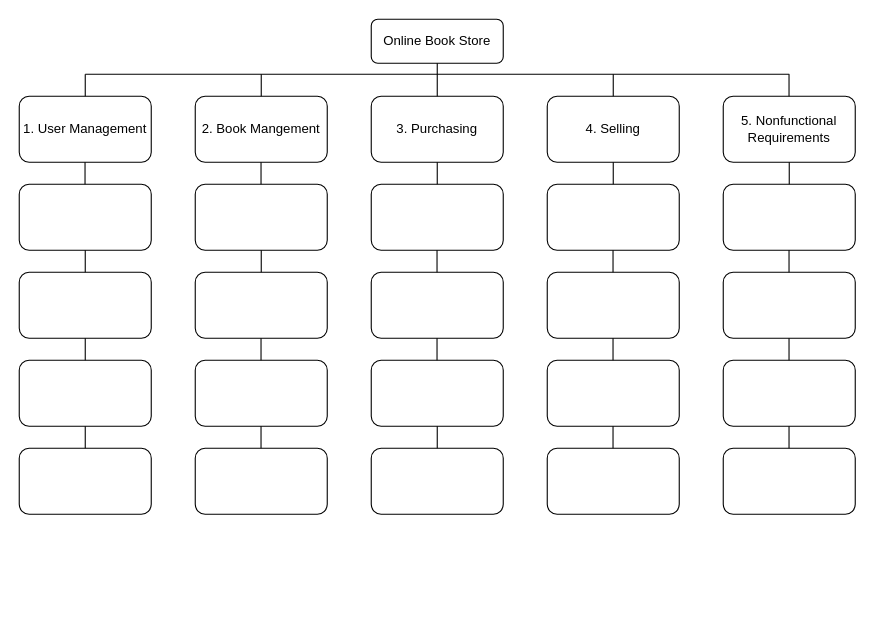
Before: Untitled Diagram.drawio in NicholasMickovski/Python-Interview-Practice, a draw.io diagram. Source tidied: cells renumbered, new cells numbered last; positions are measured from the earlier drawing's top-left corner, leaving out a move shared by most shapes. Both pictures are drawn from the tidied source at 110%, with x=0, y=0 at pixel (19, 19).
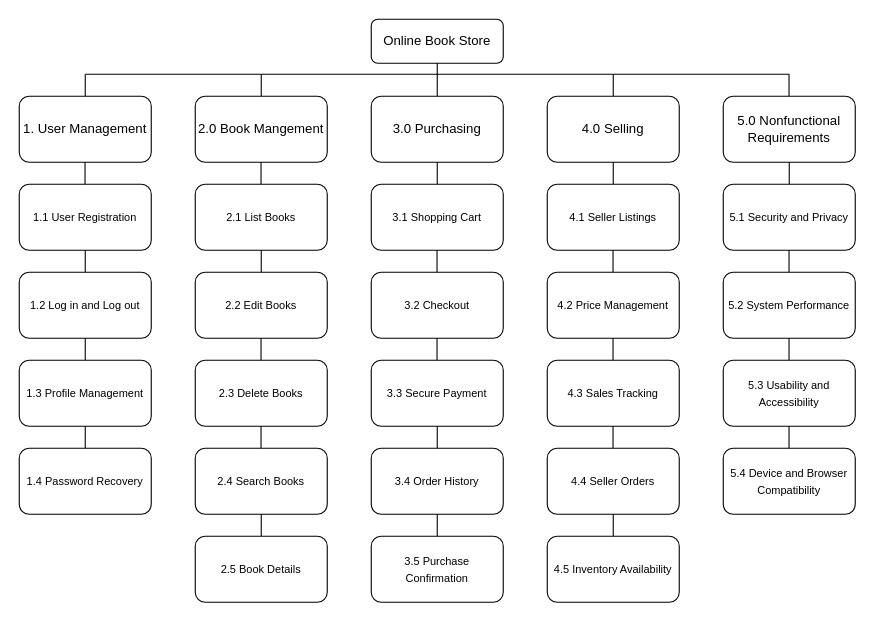
The same diagram, later.

The edit, as a diff of the source:
```diff
@@
-    <mxCell id="3" value="3. Purchasing" style="rounded=1;whiteSpace=wrap;html=1;" parent="1" vertex="1">
+    <mxCell id="3" value="3.0 Purchasing" style="rounded=1;whiteSpace=wrap;html=1;" parent="1" vertex="1">
       <mxGeometry x="320" y="70" width="120" height="60" as="geometry" />
     </mxCell>
-    <mxCell id="4" value="4. Selling" style="rounded=1;whiteSpace=wrap;html=1;" parent="1" vertex="1">
+    <mxCell id="4" value="4.0 Selling" style="rounded=1;whiteSpace=wrap;html=1;" parent="1" vertex="1">
       <mxGeometry x="480" y="70" width="120" height="60" as="geometry" />
     </mxCell>
-    <mxCell id="5" value="2. Book Mangement" style="rounded=1;whiteSpace=wrap;html=1;" parent="1" vertex="1">
+    <mxCell id="5" value="2.0 Book Mangement" style="rounded=1;whiteSpace=wrap;html=1;" parent="1" vertex="1">
       <mxGeometry x="160" y="70" width="120" height="60" as="geometry" />
     </mxCell>
@@
-    <mxCell id="7" value="5. Nonfunctional Requirements" style="rounded=1;whiteSpace=wrap;html=1;" parent="1" vertex="1">
+    <mxCell id="7" value="5.0 Nonfunctional Requirements" style="rounded=1;whiteSpace=wrap;html=1;" parent="1" vertex="1">
       <mxGeometry x="640" y="70" width="120" height="60" as="geometry" />
     </mxCell>
-    <mxCell id="8" style="rounded=1;whiteSpace=wrap;html=1;" parent="1" vertex="1">
+    <mxCell id="8" value="&lt;span style=&quot;font-size: 10px;&quot;&gt;5.1 Security and Privacy&lt;/span&gt;" style="rounded=1;whiteSpace=wrap;html=1;" parent="1" vertex="1">
       <mxGeometry x="640" y="150" width="120" height="60" as="geometry" />
     </mxCell>
-    <mxCell id="9" style="rounded=1;whiteSpace=wrap;html=1;" parent="1" vertex="1">
+    <mxCell id="9" value="&lt;span style=&quot;font-size: 10px;&quot;&gt;5.2 System Performance&lt;/span&gt;" style="rounded=1;whiteSpace=wrap;html=1;" parent="1" vertex="1">
       <mxGeometry x="640" y="230" width="120" height="60" as="geometry" />
     </mxCell>
-    <mxCell id="10" style="rounded=1;whiteSpace=wrap;html=1;" parent="1" vertex="1">
+    <mxCell id="10" value="&lt;span style=&quot;font-size: 10px;&quot;&gt;5.3 Usability and Accessibility&lt;/span&gt;" style="rounded=1;whiteSpace=wrap;html=1;" parent="1" vertex="1">
       <mxGeometry x="640" y="310" width="120" height="60" as="geometry" />
     </mxCell>
-    <mxCell id="11" style="rounded=1;whiteSpace=wrap;html=1;" parent="1" vertex="1">
+    <mxCell id="11" value="&lt;span style=&quot;font-size: 10px;&quot;&gt;5.4 Device and Browser Compatibility&lt;/span&gt;" style="rounded=1;whiteSpace=wrap;html=1;" parent="1" vertex="1">
       <mxGeometry x="640" y="390" width="120" height="60" as="geometry" />
     </mxCell>
-    <mxCell id="12" style="rounded=1;whiteSpace=wrap;html=1;" parent="1" vertex="1">
+    <mxCell id="12" value="&lt;font style=&quot;font-size: 10px;&quot;&gt;4.1 Seller Listings&lt;/font&gt;" style="rounded=1;whiteSpace=wrap;html=1;" parent="1" vertex="1">
       <mxGeometry x="480" y="150" width="120" height="60" as="geometry" />
     </mxCell>
-    <mxCell id="13" style="rounded=1;whiteSpace=wrap;html=1;" parent="1" vertex="1">
+    <mxCell id="13" value="&lt;span style=&quot;font-size: 10px;&quot;&gt;4.2 Price Management&lt;/span&gt;" style="rounded=1;whiteSpace=wrap;html=1;" parent="1" vertex="1">
       <mxGeometry x="480" y="230" width="120" height="60" as="geometry" />
     </mxCell>
-    <mxCell id="14" style="rounded=1;whiteSpace=wrap;html=1;" parent="1" vertex="1">
+    <mxCell id="14" value="&lt;span style=&quot;font-size: 10px;&quot;&gt;4.3 Sales Tracking&lt;/span&gt;" style="rounded=1;whiteSpace=wrap;html=1;" parent="1" vertex="1">
       <mxGeometry x="480" y="310" width="120" height="60" as="geometry" />
     </mxCell>
-    <mxCell id="15" style="rounded=1;whiteSpace=wrap;html=1;" parent="1" vertex="1">
+    <mxCell id="15" value="&lt;span style=&quot;font-size: 10px;&quot;&gt;4.4 Seller Orders&lt;/span&gt;" style="rounded=1;whiteSpace=wrap;html=1;" parent="1" vertex="1">
       <mxGeometry x="480" y="390" width="120" height="60" as="geometry" />
     </mxCell>
-    <mxCell id="16" style="rounded=1;whiteSpace=wrap;html=1;" parent="1" vertex="1">
+    <mxCell id="16" value="&lt;font style=&quot;font-size: 10px;&quot;&gt;3.1 Shopping Cart&lt;/font&gt;" style="rounded=1;whiteSpace=wrap;html=1;" parent="1" vertex="1">
       <mxGeometry x="320" y="150" width="120" height="60" as="geometry" />
     </mxCell>
-    <mxCell id="17" style="rounded=1;whiteSpace=wrap;html=1;" parent="1" vertex="1">
+    <mxCell id="17" value="&lt;span style=&quot;font-size: 10px;&quot;&gt;3.2 Checkout&lt;/span&gt;" style="rounded=1;whiteSpace=wrap;html=1;" parent="1" vertex="1">
       <mxGeometry x="320" y="230" width="120" height="60" as="geometry" />
     </mxCell>
-    <mxCell id="18" style="rounded=1;whiteSpace=wrap;html=1;" parent="1" vertex="1">
+    <mxCell id="18" value="&lt;span style=&quot;font-size: 10px;&quot;&gt;3.3 Secure Payment&lt;/span&gt;" style="rounded=1;whiteSpace=wrap;html=1;" parent="1" vertex="1">
       <mxGeometry x="320" y="310" width="120" height="60" as="geometry" />
     </mxCell>
-    <mxCell id="19" style="rounded=1;whiteSpace=wrap;html=1;" parent="1" vertex="1">
+    <mxCell id="19" value="&lt;span style=&quot;font-size: 10px;&quot;&gt;3.4 Order History&lt;/span&gt;" style="rounded=1;whiteSpace=wrap;html=1;" parent="1" vertex="1">
       <mxGeometry x="320" y="390" width="120" height="60" as="geometry" />
     </mxCell>
-    <mxCell id="20" style="rounded=1;whiteSpace=wrap;html=1;" parent="1" vertex="1">
+    <mxCell id="20" value="&lt;font style=&quot;font-size: 10px;&quot;&gt;2.1 List Books&lt;/font&gt;" style="rounded=1;whiteSpace=wrap;html=1;" parent="1" vertex="1">
       <mxGeometry x="160" y="150" width="120" height="60" as="geometry" />
     </mxCell>
-    <mxCell id="21" style="rounded=1;whiteSpace=wrap;html=1;" parent="1" vertex="1">
+    <mxCell id="21" value="&lt;font style=&quot;font-size: 10px;&quot;&gt;2.2 Edit Books&lt;/font&gt;" style="rounded=1;whiteSpace=wrap;html=1;" parent="1" vertex="1">
       <mxGeometry x="160" y="230" width="120" height="60" as="geometry" />
     </mxCell>
-    <mxCell id="22" style="rounded=1;whiteSpace=wrap;html=1;" parent="1" vertex="1">
+    <mxCell id="22" value="&lt;font style=&quot;font-size: 10px;&quot;&gt;2.3 Delete Books&lt;/font&gt;" style="rounded=1;whiteSpace=wrap;html=1;" parent="1" vertex="1">
       <mxGeometry x="160" y="310" width="120" height="60" as="geometry" />
     </mxCell>
-    <mxCell id="23" style="rounded=1;whiteSpace=wrap;html=1;" parent="1" vertex="1">
+    <mxCell id="23" value="&lt;font style=&quot;font-size: 10px;&quot;&gt;2.4 Search Books&lt;/font&gt;" style="rounded=1;whiteSpace=wrap;html=1;" parent="1" vertex="1">
       <mxGeometry x="160" y="390" width="120" height="60" as="geometry" />
     </mxCell>
-    <mxCell id="24" style="rounded=1;whiteSpace=wrap;html=1;" parent="1" vertex="1">
+    <mxCell id="24" value="&lt;font style=&quot;font-size: 10px;&quot;&gt;1.1 User Registration&lt;/font&gt;" style="rounded=1;whiteSpace=wrap;html=1;" parent="1" vertex="1">
       <mxGeometry y="150" width="120" height="60" as="geometry" />
     </mxCell>
-    <mxCell id="25" style="rounded=1;whiteSpace=wrap;html=1;" parent="1" vertex="1">
+    <mxCell id="25" value="&lt;font style=&quot;font-size: 10px;&quot;&gt;1.2 Log in and Log out&lt;/font&gt;" style="rounded=1;whiteSpace=wrap;html=1;" parent="1" vertex="1">
       <mxGeometry y="230" width="120" height="60" as="geometry" />
     </mxCell>
-    <mxCell id="26" style="rounded=1;whiteSpace=wrap;html=1;" parent="1" vertex="1">
+    <mxCell id="26" value="&lt;font style=&quot;font-size: 10px;&quot;&gt;1.3 Profile Management&lt;/font&gt;" style="rounded=1;whiteSpace=wrap;html=1;" parent="1" vertex="1">
       <mxGeometry y="310" width="120" height="60" as="geometry" />
     </mxCell>
-    <mxCell id="27" style="rounded=1;whiteSpace=wrap;html=1;" parent="1" vertex="1">
+    <mxCell id="27" value="&lt;font style=&quot;font-size: 10px;&quot;&gt;1.4 Password Recovery&lt;/font&gt;" style="rounded=1;whiteSpace=wrap;html=1;" parent="1" vertex="1">
       <mxGeometry y="390" width="120" height="60" as="geometry" />
     </mxCell>
@@
+    <mxCell id="54" style="endArrow=none;html=1;rounded=0;entryX=0.5;entryY=1;entryDx=0;entryDy=0;exitX=0.5;exitY=0;exitDx=0;exitDy=0;" parent="1" edge="1">
+      <mxGeometry relative="1" as="geometry">
+        <mxPoint x="220" y="470" as="sourcePoint" />
+        <mxPoint x="220" y="450" as="targetPoint" />
+      </mxGeometry>
+    </mxCell>
+    <mxCell id="55" value="&lt;font style=&quot;font-size: 10px;&quot;&gt;2.5 Book Details&lt;/font&gt;" style="rounded=1;whiteSpace=wrap;html=1;" parent="1" vertex="1">
+      <mxGeometry x="160" y="470" width="120" height="60" as="geometry" />
+    </mxCell>
+    <mxCell id="56" value="&lt;span style=&quot;font-size: 10px;&quot;&gt;3.5 Purchase Confirmation&lt;/span&gt;" style="rounded=1;whiteSpace=wrap;html=1;" parent="1" vertex="1">
+      <mxGeometry x="320" y="470" width="120" height="60" as="geometry" />
+    </mxCell>
+    <mxCell id="57" style="endArrow=none;html=1;rounded=0;entryX=0.5;entryY=1;entryDx=0;entryDy=0;exitX=0.5;exitY=0;exitDx=0;exitDy=0;" parent="1" edge="1">
+      <mxGeometry relative="1" as="geometry">
+        <mxPoint x="380" y="470" as="sourcePoint" />
+        <mxPoint x="380" y="450" as="targetPoint" />
+      </mxGeometry>
+    </mxCell>
+    <mxCell id="58" value="&lt;span style=&quot;font-size: 10px;&quot;&gt;4.5 Inventory Availability&lt;/span&gt;" style="rounded=1;whiteSpace=wrap;html=1;" parent="1" vertex="1">
+      <mxGeometry x="480" y="470" width="120" height="60" as="geometry" />
+    </mxCell>
+    <mxCell id="59" style="endArrow=none;html=1;rounded=0;entryX=0.5;entryY=1;entryDx=0;entryDy=0;exitX=0.5;exitY=0;exitDx=0;exitDy=0;" parent="1" edge="1">
+      <mxGeometry relative="1" as="geometry">
+        <mxPoint x="540" y="470" as="sourcePoint" />
+        <mxPoint x="540" y="450" as="targetPoint" />
+      </mxGeometry>
+    </mxCell>
```
